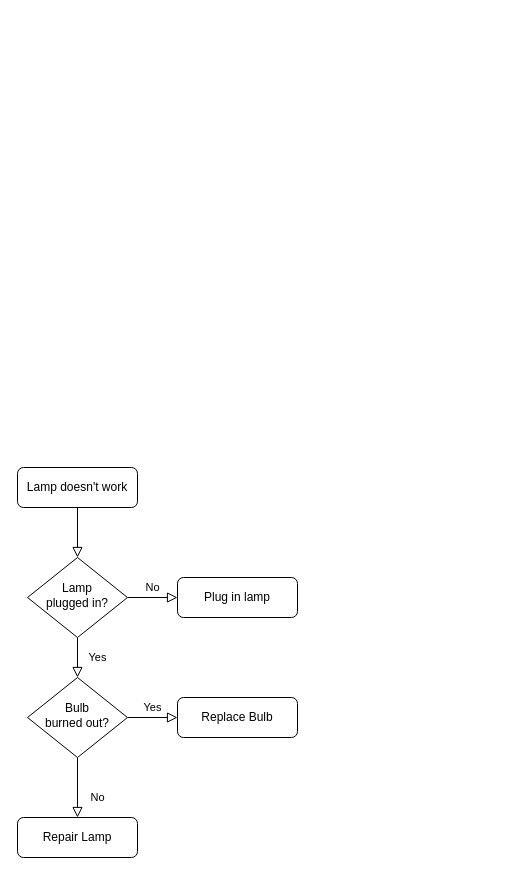
This is Untitled Diagram.drawio from KiroFyzu/Praktikum8, a draw.io file, before an edit. Source tidied: cells renumbered, new cells numbered last; positions are measured from the earlier drawing's top-left corner, leaving out a move shared by most shapes. Both pictures are drawn from the tidied source at 100%, with x=0, y=0 at pixel (17, 467).
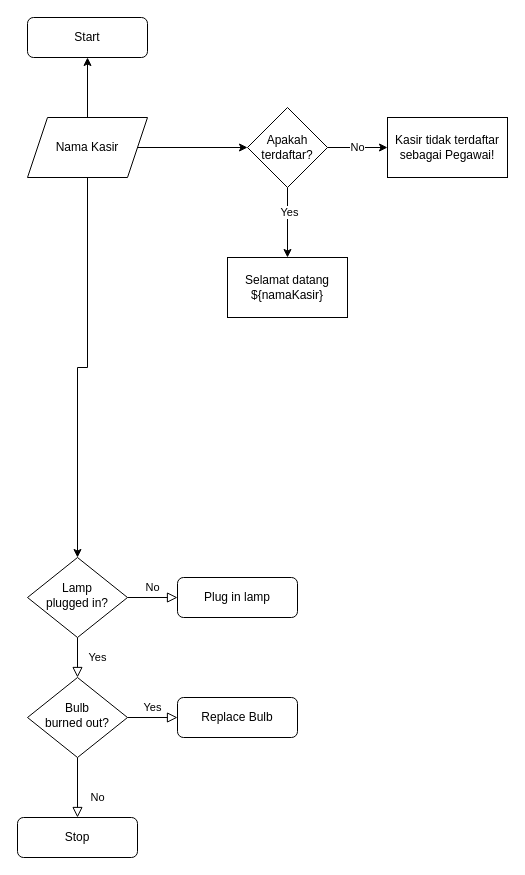
After the change.

Unchanged cells that the change refers to:
```xml
<mxCell id="6" value="Lamp&lt;br&gt;plugged in?" style="rhombus;whiteSpace=wrap;html=1;shadow=0;fontFamily=Helvetica;fontSize=12;align=center;strokeWidth=1;spacing=6;spacingTop=-4;" parent="1" vertex="1">
  <mxGeometry x="10" y="90" width="100" height="80" as="geometry" />
</mxCell>
```

What changed in the source:
```diff
@@
-    <mxCell id="2" style="rounded=0;html=1;jettySize=auto;fontSize=11;endArrow=block;endFill=0;endSize=8;strokeWidth=1;shadow=0;labelBackgroundColor=none;edgeStyle=orthogonalEdgeStyle;" parent="1" edge="1" source="3" target="6">
-      <mxGeometry relative="1" as="geometry" />
-    </mxCell>
-    <mxCell id="3" value="Lamp doesn't work" style="rounded=1;whiteSpace=wrap;html=1;fontSize=12;glass=0;strokeWidth=1;shadow=0;" parent="1" vertex="1">
-      <mxGeometry width="120" height="40" as="geometry" />
+    <mxCell id="3" value="Start" style="rounded=1;whiteSpace=wrap;html=1;fontSize=12;glass=0;strokeWidth=1;shadow=0;" parent="1" vertex="1">
+      <mxGeometry x="10" y="-450" width="120" height="40" as="geometry" />
     </mxCell>
@@
-    <mxCell id="11" value="Repair Lamp" style="rounded=1;whiteSpace=wrap;html=1;fontSize=12;glass=0;strokeWidth=1;shadow=0;" parent="1" vertex="1">
+    <mxCell id="11" value="Stop" style="rounded=1;whiteSpace=wrap;html=1;fontSize=12;glass=0;strokeWidth=1;shadow=0;" parent="1" vertex="1">
       <mxGeometry y="350" width="120" height="40" as="geometry" />
     </mxCell>
@@
+    <mxCell id="13" style="edgeStyle=orthogonalEdgeStyle;rounded=0;jettySize=auto;html=1;" parent="1" edge="1" source="16" target="3">
+      <mxGeometry relative="1" as="geometry" />
+    </mxCell>
+    <mxCell id="14" style="edgeStyle=orthogonalEdgeStyle;rounded=0;jettySize=auto;html=1;entryX=0.5;entryY=0;entryDx=0;entryDy=0;" parent="1" edge="1" source="16" target="6">
+      <mxGeometry relative="1" as="geometry" />
+    </mxCell>
+    <mxCell id="15" style="edgeStyle=orthogonalEdgeStyle;rounded=0;jettySize=auto;html=1;" parent="1" edge="1" source="16" target="20">
+      <mxGeometry relative="1" as="geometry" />
+    </mxCell>
+    <mxCell id="16" value="Nama Kasir" style="shape=parallelogram;perimeter=parallelogramPerimeter;whiteSpace=wrap;html=1;fixedSize=1;" parent="1" vertex="1">
+      <mxGeometry x="10" y="-350" width="120" height="60" as="geometry" />
+    </mxCell>
+    <mxCell id="17" value="No" style="edgeStyle=orthogonalEdgeStyle;rounded=0;jettySize=auto;html=1;" parent="1" edge="1" source="20" target="21">
+      <mxGeometry relative="1" as="geometry" />
+    </mxCell>
+    <mxCell id="18" style="edgeStyle=orthogonalEdgeStyle;rounded=0;jettySize=auto;html=1;" parent="1" edge="1" source="20" target="22">
+      <mxGeometry relative="1" as="geometry" />
+    </mxCell>
+    <mxCell id="19" value="Yes" style="edgeLabel;html=1;align=center;verticalAlign=middle;" parent="18" vertex="1">
+      <mxGeometry x="-0.32" y="1" relative="1" as="geometry" />
+    </mxCell>
+    <mxCell id="20" value="Apakah terdaftar?" style="rhombus;whiteSpace=wrap;html=1;" parent="1" vertex="1">
+      <mxGeometry x="230" y="-360" width="80" height="80" as="geometry" />
+    </mxCell>
+    <mxCell id="21" value="Kasir tidak terdaftar sebagai Pegawai!" style="whiteSpace=wrap;html=1;" parent="1" vertex="1">
+      <mxGeometry x="370" y="-350" width="120" height="60" as="geometry" />
+    </mxCell>
+    <mxCell id="22" value="Selamat datang ${namaKasir}" style="whiteSpace=wrap;html=1;" parent="1" vertex="1">
+      <mxGeometry x="210" y="-210" width="120" height="60" as="geometry" />
+    </mxCell>
```
